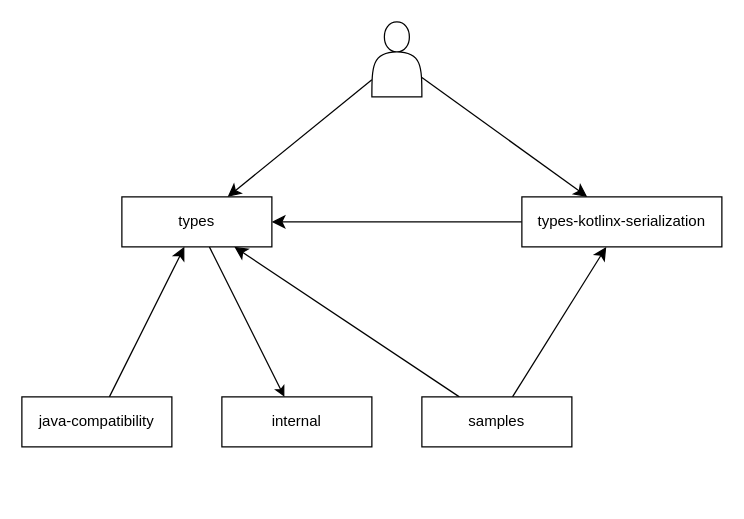
kotools/types keeps this draw.io diagram as page "Gradle subprojects" (1 of 5) of documentation/diagrams.drawio. Above is the earlier version. Source tidied: cells renumbered, new cells numbered last; positions are measured from the earlier drawing's top-left corner, leaving out a move shared by most shapes. Both pictures are drawn from the tidied source at 125%, with x=0, y=0 at pixel (21, 21).
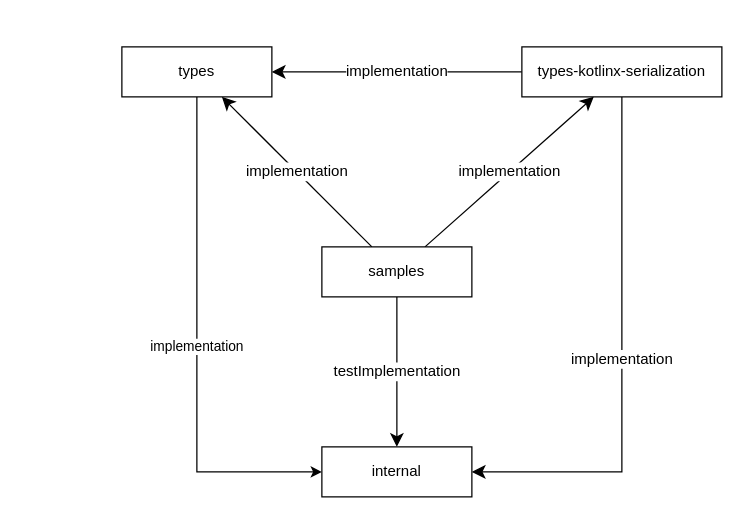
After the change.

Commit message (it also covers changes not shown here):
🔥 Remove `java-compatibility` Gradle subproject

What changed in the source:
```diff
@@
 <mxGraphModel>
   <root>
     <mxCell id="0" />
     <mxCell id="1" parent="0" />
     <mxCell id="2" value="internal" style="rounded=0;whiteSpace=wrap;html=1;" parent="1" vertex="1">
-      <mxGeometry x="160" y="300" width="120" height="40" as="geometry" />
+      <mxGeometry x="240" y="340" width="120" height="40" as="geometry" />
     </mxCell>
-    <mxCell id="3" style="rounded=0;jettySize=auto;html=1;" parent="1" edge="1" source="4" target="2">
+    <mxCell id="3" value="implementation" style="rounded=0;jettySize=auto;html=1;entryX=0;entryY=0.5;entryDx=0;entryDy=0;edgeStyle=orthogonalEdgeStyle;exitX=0.5;exitY=1;exitDx=0;exitDy=0;" parent="1" edge="1" source="4" target="2">
       <mxGeometry relative="1" as="geometry" />
     </mxCell>
     <mxCell id="4" value="types" style="rounded=0;whiteSpace=wrap;html=1;" parent="1" vertex="1">
-      <mxGeometry x="80" y="140" width="120" height="40" as="geometry" />
+      <mxGeometry x="80" y="20" width="120" height="40" as="geometry" />
     </mxCell>
-    <mxCell id="5" style="edgeStyle=none;curved=1;rounded=0;jettySize=auto;html=1;fontSize=12;startSize=8;endSize=8;" parent="1" edge="1" source="7" target="4">
-      <mxGeometry relative="1" as="geometry" />
-    </mxCell>
-    <mxCell id="6" style="edgeStyle=none;curved=1;rounded=0;jettySize=auto;html=1;fontSize=12;startSize=8;endSize=8;" parent="1" edge="1" source="7" target="11">
-      <mxGeometry relative="1" as="geometry" />
-    </mxCell>
-    <mxCell id="7" style="shape=actor;whiteSpace=wrap;html=1;fontSize=16;" parent="1" vertex="1">
-      <mxGeometry x="280" width="40" height="60" as="geometry" />
-    </mxCell>
-    <mxCell id="8" style="edgeStyle=none;curved=1;rounded=0;jettySize=auto;html=1;fontSize=12;startSize=8;endSize=8;" parent="1" edge="1" source="9" target="4">
-      <mxGeometry relative="1" as="geometry" />
-    </mxCell>
-    <mxCell id="9" value="java-compatibility" style="rounded=0;whiteSpace=wrap;html=1;" parent="1" vertex="1">
-      <mxGeometry y="300" width="120" height="40" as="geometry" />
-    </mxCell>
-    <mxCell id="10" style="edgeStyle=none;curved=1;rounded=0;jettySize=auto;html=1;fontSize=12;startSize=8;endSize=8;" parent="1" edge="1" source="11" target="4">
+    <mxCell id="10" value="implementation" style="edgeStyle=none;curved=1;rounded=0;jettySize=auto;html=1;fontSize=12;startSize=8;endSize=8;" parent="1" edge="1" source="11" target="4">
       <mxGeometry relative="1" as="geometry" />
     </mxCell>
+    <mxCell id="15" value="implementation" style="edgeStyle=orthogonalEdgeStyle;rounded=0;jettySize=auto;html=1;fontSize=12;startSize=8;endSize=8;entryX=1;entryY=0.5;entryDx=0;entryDy=0;exitX=0.5;exitY=1;exitDx=0;exitDy=0;" parent="1" edge="1" source="11" target="2">
+      <mxGeometry relative="1" as="geometry" />
+    </mxCell>
     <mxCell id="11" value="types-kotlinx-serialization" style="rounded=0;whiteSpace=wrap;html=1;" parent="1" vertex="1">
-      <mxGeometry x="400" y="140" width="160" height="40" as="geometry" />
+      <mxGeometry x="400" y="20" width="160" height="40" as="geometry" />
     </mxCell>
-    <mxCell id="12" style="edgeStyle=none;curved=1;rounded=0;jettySize=auto;html=1;fontSize=12;startSize=8;endSize=8;" parent="1" edge="1" source="14" target="11">
+    <mxCell id="12" value="implementation" style="edgeStyle=none;curved=1;rounded=0;jettySize=auto;html=1;fontSize=12;startSize=8;endSize=8;" parent="1" edge="1" source="14" target="11">
       <mxGeometry relative="1" as="geometry" />
     </mxCell>
-    <mxCell id="13" style="edgeStyle=none;curved=1;rounded=0;jettySize=auto;html=1;fontSize=12;startSize=8;endSize=8;" parent="1" edge="1" source="14" target="4">
+    <mxCell id="13" value="implementation" style="edgeStyle=none;curved=1;rounded=0;jettySize=auto;html=1;fontSize=12;startSize=8;endSize=8;" parent="1" edge="1" source="14" target="4">
       <mxGeometry relative="1" as="geometry" />
     </mxCell>
+    <mxCell id="16" value="testImplementation" style="edgeStyle=none;curved=1;rounded=0;jettySize=auto;html=1;fontSize=12;startSize=8;endSize=8;" parent="1" edge="1" source="14" target="2">
+      <mxGeometry relative="1" as="geometry" />
+    </mxCell>
     <mxCell id="14" value="samples" style="rounded=0;whiteSpace=wrap;html=1;" parent="1" vertex="1">
-      <mxGeometry x="320" y="300" width="120" height="40" as="geometry" />
+      <mxGeometry x="240" y="180" width="120" height="40" as="geometry" />
     </mxCell>
   </root>
 </mxGraphModel>
```
